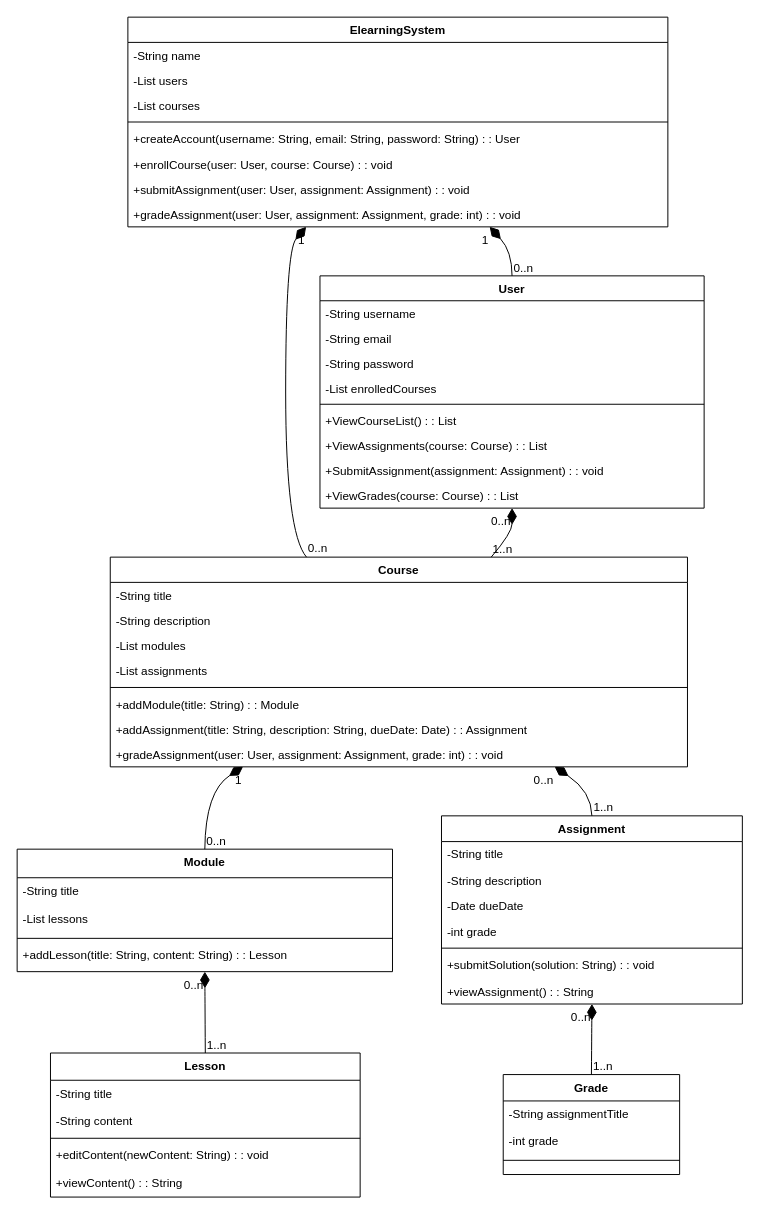
Above: Untitled Diagram.drawio in hassankaram/E-learning-platform (draw.io), before the change. Source tidied: cells renumbered, new cells numbered last; positions are measured from the earlier drawing's top-left corner, leaving out a move shared by most shapes. Both pictures are drawn from the tidied source at 98%, with x=0, y=0 at pixel (17, 17).
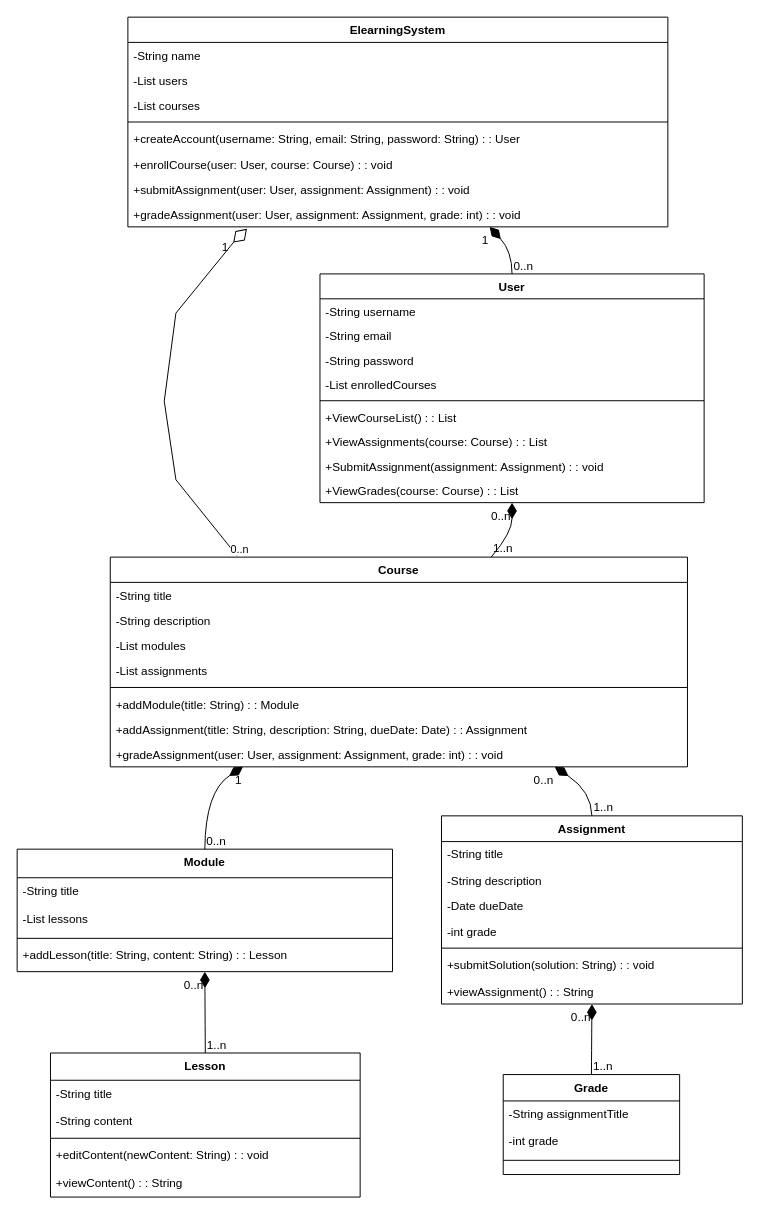
The same diagram, later.

The change refers to these unchanged cells:
```xml
<mxCell id="2" value="ElearningSystem" style="swimlane;fontStyle=1;align=center;verticalAlign=top;horizontal=1;startSize=25.774999618530273;" parent="1" vertex="1">
  <mxGeometry x="113" width="551" height="214" as="geometry" />
</mxCell>
<mxCell id="21" value="Course" style="swimlane;fontStyle=1;align=center;verticalAlign=top;horizontal=1;startSize=25.774999618530273;" parent="1" vertex="1">
  <mxGeometry x="95" y="551" width="589" height="214" as="geometry" />
</mxCell>
<mxCell id="62" style="curved=1;startArrow=diamondThin;startSize=14;startFill=1;endArrow=none;exitX=0.23;exitY=1;entryX=0.5;entryY=0;" parent="1" edge="1" source="21" target="30">
  <mxGeometry relative="1" as="geometry">
    <Array as="points">
      <mxPoint x="192" y="790" />
    </Array>
  </mxGeometry>
</mxCell>
```

Diff of the diagram source:
```diff
@@
     <mxCell id="11" value="User" style="swimlane;fontStyle=1;align=center;verticalAlign=top;horizontal=1;startSize=25.400000678168404;" parent="1" vertex="1">
-      <mxGeometry x="309" y="264" width="392" height="237" as="geometry" />
+      <mxGeometry x="309" y="262" width="392" height="233.4" as="geometry" />
     </mxCell>
     <mxCell id="12" value="-String username" style="text;strokeColor=none;fillColor=none;align=left;verticalAlign=top;spacingLeft=4;spacingRight=4;overflow=hidden;" parent="11" vertex="1">
-      <mxGeometry y="25" width="392" height="25" as="geometry" />
+      <mxGeometry y="25.4" width="392" height="25" as="geometry" />
     </mxCell>
     <mxCell id="13" value="-String email" style="text;strokeColor=none;fillColor=none;align=left;verticalAlign=top;spacingLeft=4;spacingRight=4;overflow=hidden;" parent="11" vertex="1">
-      <mxGeometry y="51" width="392" height="25" as="geometry" />
+      <mxGeometry y="50.4" width="392" height="25" as="geometry" />
     </mxCell>
     <mxCell id="14" value="-String password" style="text;strokeColor=none;fillColor=none;align=left;verticalAlign=top;spacingLeft=4;spacingRight=4;overflow=hidden;" parent="11" vertex="1">
-      <mxGeometry y="76" width="392" height="25" as="geometry" />
+      <mxGeometry y="75.4" width="392" height="25" as="geometry" />
     </mxCell>
     <mxCell id="15" value="-List enrolledCourses" style="text;strokeColor=none;fillColor=none;align=left;verticalAlign=top;spacingLeft=4;spacingRight=4;overflow=hidden;" parent="11" vertex="1">
-      <mxGeometry y="102" width="392" height="25" as="geometry" />
+      <mxGeometry y="100.4" width="392" height="25" as="geometry" />
     </mxCell>
     <mxCell id="16" style="line;strokeWidth=1;fillColor=none;align=left;verticalAlign=middle;spacingTop=-1;spacingLeft=3;spacingRight=3;labelPosition=right;strokeColor=inherit;" parent="11" vertex="1">
-      <mxGeometry y="127" width="392" height="8" as="geometry" />
+      <mxGeometry y="125.4" width="392" height="8" as="geometry" />
     </mxCell>
     <mxCell id="17" value="+ViewCourseList() : : List" style="text;strokeColor=none;fillColor=none;align=left;verticalAlign=top;spacingLeft=4;spacingRight=4;overflow=hidden;" parent="11" vertex="1">
-      <mxGeometry y="135" width="392" height="25" as="geometry" />
+      <mxGeometry y="133.4" width="392" height="25" as="geometry" />
     </mxCell>
     <mxCell id="18" value="+ViewAssignments(course: Course) : : List" style="text;strokeColor=none;fillColor=none;align=left;verticalAlign=top;spacingLeft=4;spacingRight=4;overflow=hidden;" parent="11" vertex="1">
-      <mxGeometry y="160" width="392" height="25" as="geometry" />
+      <mxGeometry y="158.4" width="392" height="25" as="geometry" />
     </mxCell>
     <mxCell id="19" value="+SubmitAssignment(assignment: Assignment) : : void" style="text;strokeColor=none;fillColor=none;align=left;verticalAlign=top;spacingLeft=4;spacingRight=4;overflow=hidden;" parent="11" vertex="1">
-      <mxGeometry y="186" width="392" height="25" as="geometry" />
+      <mxGeometry y="183.4" width="392" height="25" as="geometry" />
     </mxCell>
     <mxCell id="20" value="+ViewGrades(course: Course) : : List" style="text;strokeColor=none;fillColor=none;align=left;verticalAlign=top;spacingLeft=4;spacingRight=4;overflow=hidden;" parent="11" vertex="1">
-      <mxGeometry y="211" width="392" height="25" as="geometry" />
+      <mxGeometry y="208.4" width="392" height="25" as="geometry" />
     </mxCell>
@@
-    <mxCell id="56" style="curved=1;startArrow=diamondThin;startSize=14;startFill=1;endArrow=none;exitX=0.33;exitY=1;entryX=0.34;entryY=0;" parent="1" edge="1" source="2" target="21">
-      <mxGeometry relative="1" as="geometry">
-        <Array as="points">
-          <mxPoint x="274" y="239" />
-          <mxPoint x="274" y="526" />
-        </Array>
-      </mxGeometry>
-    </mxCell>
-    <mxCell id="57" value="1" style="edgeLabel;labelBackgroundColor=none;fontSize=12;align=right;verticalAlign=top;" parent="56" vertex="1">
-      <mxGeometry x="-1" relative="1" as="geometry" />
-    </mxCell>
-    <mxCell id="58" value="0..n" style="edgeLabel;labelBackgroundColor=none;fontSize=12;align=left;verticalAlign=bottom;" parent="56" vertex="1">
-      <mxGeometry x="1" relative="1" as="geometry" />
-    </mxCell>
@@
-    <mxCell id="63" value="1" style="edgeLabel;labelBackgroundColor=none;fontSize=12;align=right;verticalAlign=top;" parent="62" vertex="1">
+    <mxCell id="63" value="1" style="edgeLabel;labelBackgroundColor=none;fontSize=12;align=right;verticalAlign=top;fillColor=#030303;" parent="62" vertex="1">
       <mxGeometry x="-1" relative="1" as="geometry" />
     </mxCell>
@@
+    <mxCell id="74" style="group;" parent="1" vertex="1">
+      <mxGeometry x="150.1" y="212.2" width="88.2" height="259.8" as="geometry" />
+    </mxCell>
+    <mxCell id="75" style="endArrow=none;html=1;rounded=0;entryX=0.5;entryY=1;entryDx=0;entryDy=0;exitX=0.22;exitY=-0.005;exitDx=0;exitDy=0;exitPerimeter=0;" parent="74" edge="1" source="21" target="76">
+      <mxGeometry relative="1" as="geometry">
+        <Array as="points">
+          <mxPoint x="11.9" y="259.8" />
+          <mxPoint y="179.7" />
+          <mxPoint x="11.9" y="89.8" />
+        </Array>
+      </mxGeometry>
+    </mxCell>
+    <mxCell id="58" value="0..n" style="edgeLabel;html=1;align=center;verticalAlign=middle;" parent="75" vertex="1">
+      <mxGeometry x="-0.97" y="-5" relative="1" as="geometry">
+        <mxPoint x="1" as="offset" />
+      </mxGeometry>
+    </mxCell>
+    <mxCell id="76" style="rhombus;whiteSpace=wrap;html=1;rotation=45;" parent="74" vertex="1">
+      <mxGeometry x="71.2" y="1.8" width="12.4" height="18" as="geometry" />
+    </mxCell>
+    <mxCell id="57" value="1" style="text;html=1;align=center;verticalAlign=middle;strokeColor=none;fillColor=none;" parent="1" vertex="1">
+      <mxGeometry x="197" y="220" width="30" height="30" as="geometry" />
+    </mxCell>
```
